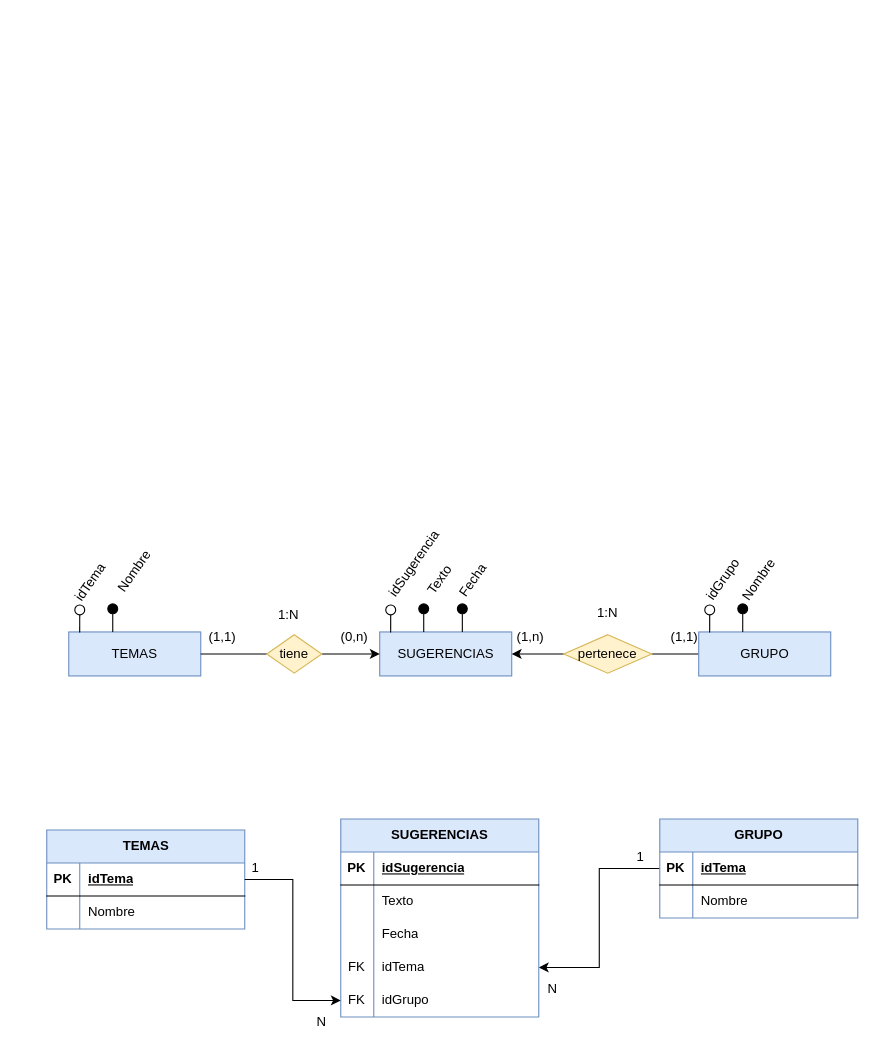
The draw.io diagram documentacion/Diagrama BBDD.drawio in Aitor-Gocerra/ProyectoAppLosMismos, before the edit. Source tidied: cells renumbered, new cells numbered last; positions are measured from the earlier drawing's top-left corner, leaving out a move shared by most shapes. Both pictures are drawn from the tidied source at 110%, with x=0, y=0 at pixel (46, 547).
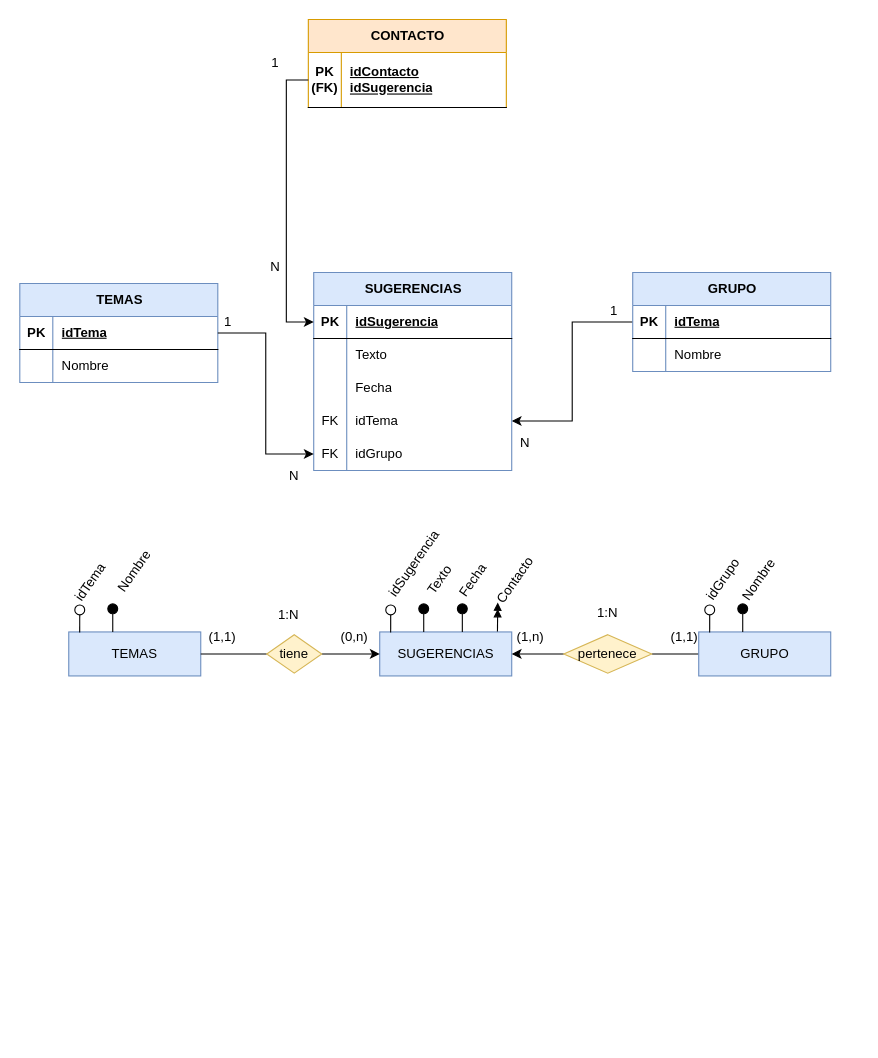
The same diagram, later.

Unchanged cells that the change refers to:
```xml
<mxCell id="7" value="SUGERENCIAS" style="rounded=0;whiteSpace=wrap;html=1;fillColor=#dae8fc;strokeColor=#6c8ebf;" parent="1" vertex="1">
  <mxGeometry x="302.7" y="77" width="120" height="40" as="geometry" />
</mxCell>
<mxCell id="47" style="shape=tableRow;horizontal=0;startSize=0;swimlaneHead=0;swimlaneBody=0;fillColor=none;points=[[0,0.5],[1,0.5]];portConstraint=eastwest;top=0;left=0;right=0;bottom=1;" parent="46" vertex="1">
  <mxGeometry y="30" width="180" height="30" as="geometry" />
</mxCell>
```

Change to the diagram source:
```diff
@@
     <mxCell id="20" value="idGrupo" style="text;html=1;whiteSpace=wrap;strokeColor=none;fillColor=none;align=center;verticalAlign=middle;rounded=0;rotation=-55;" parent="1" vertex="1">
-      <mxGeometry x="581.5" y="14.6" width="66" height="30" as="geometry" />
+      <mxGeometry x="581.5" y="14.5" width="66" height="30" as="geometry" />
     </mxCell>
@@
     <mxCell id="30" value="1:N" style="text;html=1;whiteSpace=wrap;strokeColor=none;fillColor=none;align=center;verticalAlign=middle;rounded=0;" parent="1" vertex="1">
-      <mxGeometry x="480" y="44.6" width="60" height="30" as="geometry" />
+      <mxGeometry x="480" y="44.5" width="60" height="30" as="geometry" />
     </mxCell>
     <mxCell id="31" value="TEMAS" style="shape=table;startSize=30;childLayout=tableLayout;rowLines=0;fontStyle=1;align=center;html=1;fillColor=#dae8fc;strokeColor=#6c8ebf;" parent="1" vertex="1">
-      <mxGeometry y="257" width="180" height="90" as="geometry" />
+      <mxGeometry x="-24.5" y="-239.8" width="180" height="90" as="geometry" />
     </mxCell>
@@
     <mxCell id="39" value="GRUPO" style="shape=table;startSize=30;childLayout=tableLayout;rowLines=0;fontStyle=1;align=center;html=1;fillColor=#dae8fc;strokeColor=#6c8ebf;" parent="1" vertex="1">
-      <mxGeometry x="557.3" y="247" width="180" height="90" as="geometry" />
+      <mxGeometry x="532.7" y="-249.8" width="180" height="90" as="geometry" />
     </mxCell>
@@
     <mxCell id="46" value="SUGERENCIAS" style="shape=table;startSize=30;childLayout=tableLayout;rowLines=0;fontStyle=1;align=center;html=1;fillColor=#dae8fc;strokeColor=#6c8ebf;" parent="1" vertex="1">
-      <mxGeometry x="267.3" y="247" width="180" height="180" as="geometry" />
+      <mxGeometry x="242.7" y="-249.8" width="180" height="180" as="geometry" />
     </mxCell>
@@
     <mxCell id="63" value="N" style="text;html=1;whiteSpace=wrap;strokeColor=none;fillColor=none;align=center;verticalAlign=middle;rounded=0;" parent="1" vertex="1">
-      <mxGeometry x="220" y="417" width="60" height="30" as="geometry" />
+      <mxGeometry x="195.4" y="-79.8" width="60" height="30" as="geometry" />
     </mxCell>
     <mxCell id="64" value="N" style="text;html=1;whiteSpace=wrap;strokeColor=none;fillColor=none;align=center;verticalAlign=middle;rounded=0;" parent="1" vertex="1">
-      <mxGeometry x="430" y="387" width="60" height="30" as="geometry" />
+      <mxGeometry x="405.4" y="-109.8" width="60" height="30" as="geometry" />
     </mxCell>
     <mxCell id="65" value="1" style="text;html=1;whiteSpace=wrap;strokeColor=none;fillColor=none;align=center;verticalAlign=middle;rounded=0;" parent="1" vertex="1">
-      <mxGeometry x="160" y="277" width="60" height="30" as="geometry" />
+      <mxGeometry x="135.4" y="-219.8" width="60" height="30" as="geometry" />
     </mxCell>
     <mxCell id="66" value="1" style="text;html=1;whiteSpace=wrap;strokeColor=none;fillColor=none;align=center;verticalAlign=middle;rounded=0;" parent="1" vertex="1">
-      <mxGeometry x="510" y="267" width="60" height="30" as="geometry" />
+      <mxGeometry x="485.5" y="-229.8" width="60" height="30" as="geometry" />
     </mxCell>
+    <mxCell id="67" value="CONTACTO" style="shape=table;startSize=30;childLayout=tableLayout;rowLines=0;fontStyle=1;align=center;html=1;fillColor=#ffe6cc;strokeColor=#d79b00;" parent="1" vertex="1">
+      <mxGeometry x="237.8" y="-479.8" width="180" height="80" as="geometry" />
+    </mxCell>
+    <mxCell id="68" style="shape=tableRow;horizontal=0;startSize=0;swimlaneHead=0;swimlaneBody=0;fillColor=none;points=[[0,0.5],[1,0.5]];portConstraint=eastwest;top=0;left=0;right=0;bottom=1;" parent="67" vertex="1">
+      <mxGeometry y="30" width="180" height="50" as="geometry" />
+    </mxCell>
+    <mxCell id="69" value="PK&lt;div&gt;(FK)&lt;/div&gt;" style="shape=partialRectangle;fillColor=none;top=0;left=0;bottom=0;right=0;fontStyle=1;overflow=hidden;whiteSpace=wrap;html=1;" parent="68" vertex="1">
+      <mxGeometry width="30" height="50" as="geometry" />
+    </mxCell>
+    <mxCell id="70" value="idContacto&lt;div&gt;idSugerencia&lt;/div&gt;" style="shape=partialRectangle;fillColor=none;top=0;left=0;bottom=0;right=0;align=left;spacingLeft=6;fontStyle=5;overflow=hidden;whiteSpace=wrap;html=1;" parent="68" vertex="1">
+      <mxGeometry x="30" width="150" height="50" as="geometry" />
+    </mxCell>
+    <mxCell id="71" style="endArrow=doubleBlock;html=1;rounded=0;exitX=0.892;exitY=-0.011;exitDx=0;exitDy=0;exitPerimeter=0;startArrow=none;startFill=0;endFill=1;endSize=5;" parent="1" edge="1" source="7">
+      <mxGeometry relative="1" as="geometry">
+        <mxPoint x="410" y="50.2" as="targetPoint" />
+      </mxGeometry>
+    </mxCell>
+    <mxCell id="72" value="Contacto" style="text;html=1;whiteSpace=wrap;strokeColor=none;fillColor=none;align=center;verticalAlign=middle;rounded=0;rotation=-55;" parent="1" vertex="1">
+      <mxGeometry x="405.4" y="14.5" width="41" height="30" as="geometry" />
+    </mxCell>
+    <mxCell id="73" style="edgeStyle=orthogonalEdgeStyle;rounded=0;jettySize=auto;html=1;entryX=0;entryY=0.5;entryDx=0;entryDy=0;exitX=0;exitY=0.5;exitDx=0;exitDy=0;" parent="1" edge="1" source="68" target="47">
+      <mxGeometry relative="1" as="geometry" />
+    </mxCell>
+    <mxCell id="74" value="1" style="text;html=1;whiteSpace=wrap;strokeColor=none;fillColor=none;align=center;verticalAlign=middle;rounded=0;" parent="1" vertex="1">
+      <mxGeometry x="177.8" y="-454.8" width="60" height="30" as="geometry" />
+    </mxCell>
+    <mxCell id="75" value="N" style="text;html=1;whiteSpace=wrap;strokeColor=none;fillColor=none;align=center;verticalAlign=middle;rounded=0;" parent="1" vertex="1">
+      <mxGeometry x="177.8" y="-269.8" width="60" height="30" as="geometry" />
+    </mxCell>
```
